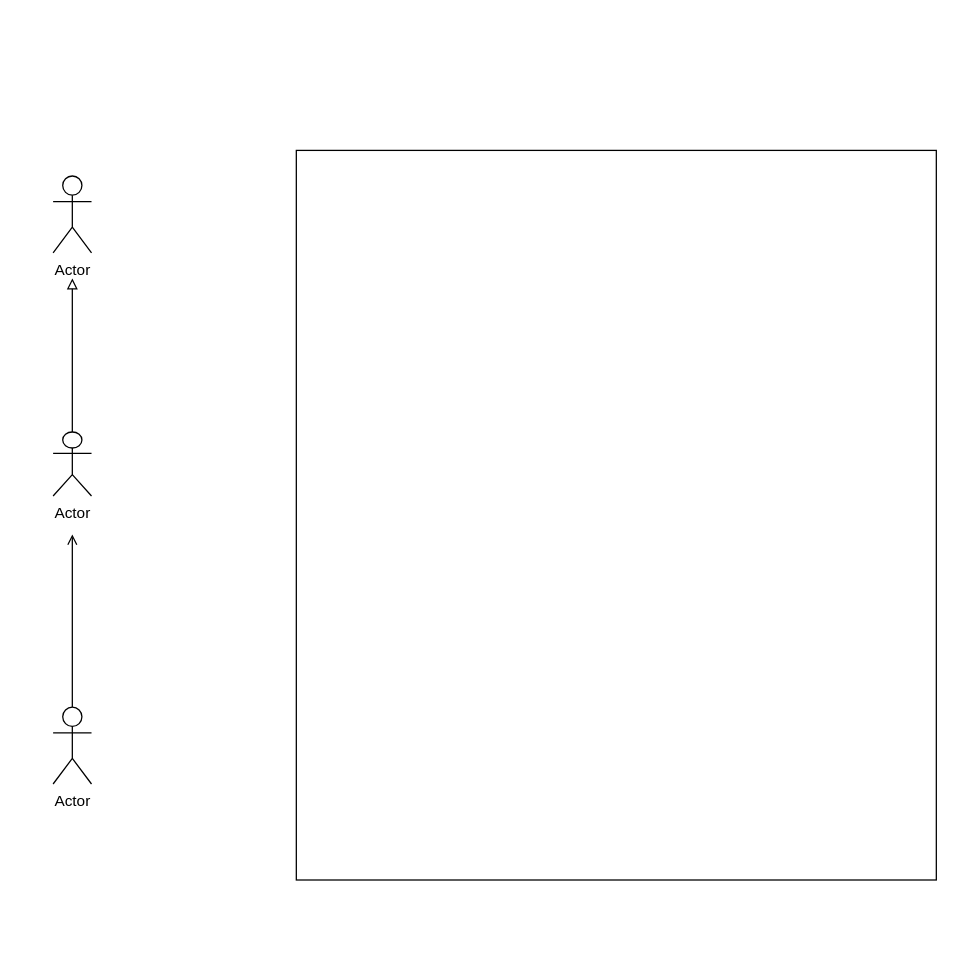
The draw.io diagram UseCase.drawio in cherifsriret/boilerplate-npm, before the edit. Source tidied: cells renumbered, new cells numbered last; positions are measured from the earlier drawing's top-left corner, leaving out a move shared by most shapes. Both pictures are drawn from the tidied source at 128%, with x=0, y=0 at pixel (52, 150).
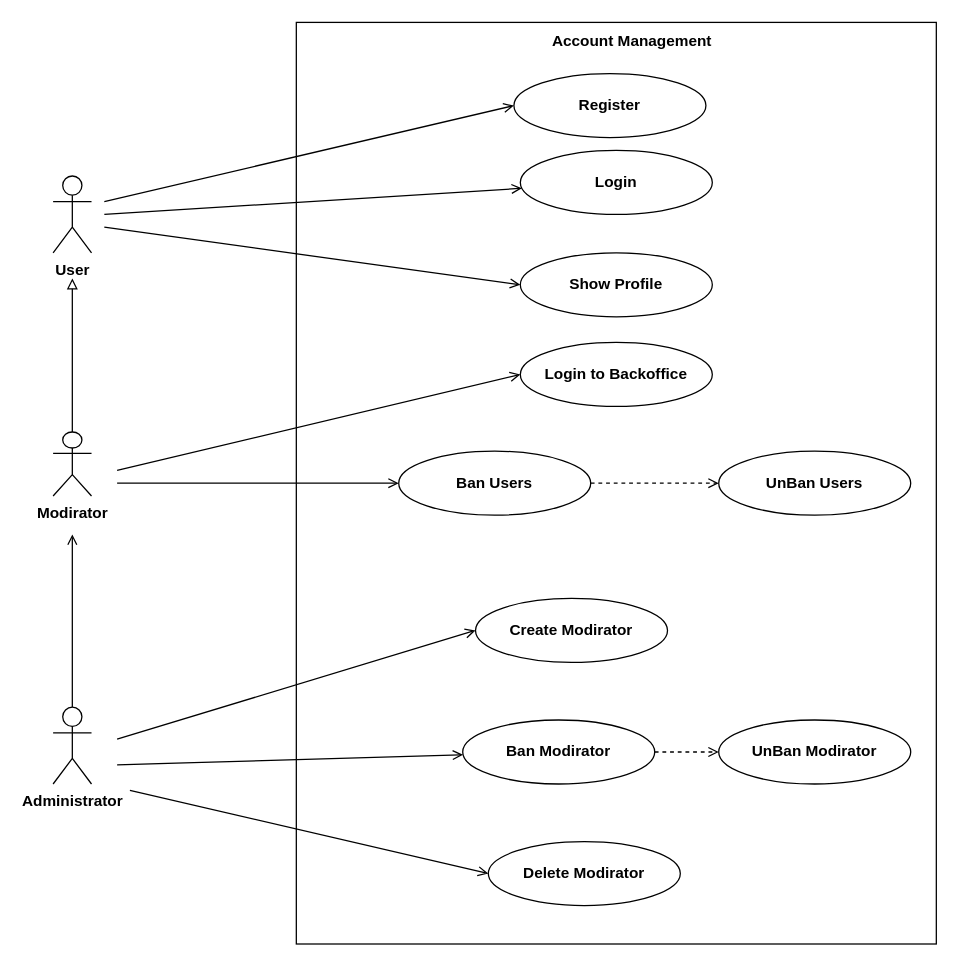
The same diagram, later.

Commit message (it also covers changes not shown here):
Mettre à jour UseCase.drawio

Diff of the diagram source:
```diff
@@
-    <mxCell id="2" style="rounded=0;whiteSpace=wrap;html=1;" parent="1" vertex="1">
-      <mxGeometry x="190" width="500" height="570" as="geometry" />
+    <mxCell id="2" style="rounded=0;whiteSpace=wrap;html=1;labelBackgroundColor=none;" parent="1" vertex="1">
+      <mxGeometry x="190" y="-100" width="500" height="720" as="geometry" />
     </mxCell>
-    <mxCell id="3" value="Actor" style="shape=umlActor;verticalLabelPosition=bottom;verticalAlign=top;html=1;" parent="1" vertex="1">
+    <mxCell id="3" value="User" style="shape=umlActor;verticalLabelPosition=bottom;verticalAlign=top;html=1;fontStyle=1;labelBackgroundColor=none;rounded=0;" parent="1" vertex="1">
       <mxGeometry y="20" width="30" height="60" as="geometry" />
     </mxCell>
-    <mxCell id="4" style="edgeStyle=orthogonalEdgeStyle;rounded=0;jettySize=auto;html=1;endArrow=block;endFill=0;" parent="1" edge="1" source="5">
+    <mxCell id="4" style="edgeStyle=orthogonalEdgeStyle;rounded=0;jettySize=auto;html=1;endArrow=block;endFill=0;labelBackgroundColor=none;fontColor=default;" parent="1" edge="1" source="5">
       <mxGeometry relative="1" as="geometry">
         <mxPoint x="15" y="100" as="targetPoint" />
       </mxGeometry>
     </mxCell>
-    <mxCell id="5" value="Actor" style="shape=umlActor;verticalLabelPosition=bottom;verticalAlign=top;html=1;" parent="1" vertex="1">
+    <mxCell id="5" value="Modirator" style="shape=umlActor;verticalLabelPosition=bottom;verticalAlign=top;html=1;fontStyle=1;labelBackgroundColor=none;rounded=0;" parent="1" vertex="1">
       <mxGeometry y="220" width="30" height="50" as="geometry" />
     </mxCell>
-    <mxCell id="6" style="edgeStyle=orthogonalEdgeStyle;rounded=0;jettySize=auto;html=1;endArrow=open;endFill=0;" parent="1" edge="1" source="7">
+    <mxCell id="6" style="edgeStyle=orthogonalEdgeStyle;rounded=0;jettySize=auto;html=1;endArrow=open;endFill=0;labelBackgroundColor=none;fontColor=default;" parent="1" edge="1" source="7">
       <mxGeometry relative="1" as="geometry">
         <mxPoint x="15" y="300" as="targetPoint" />
       </mxGeometry>
     </mxCell>
-    <mxCell id="7" value="Actor" style="shape=umlActor;verticalLabelPosition=bottom;verticalAlign=top;html=1;" parent="1" vertex="1">
+    <mxCell id="7" value="Administrator" style="shape=umlActor;verticalLabelPosition=bottom;verticalAlign=top;html=1;fontStyle=1;labelBackgroundColor=none;rounded=0;" parent="1" vertex="1">
       <mxGeometry y="435" width="30" height="60" as="geometry" />
     </mxCell>
+    <mxCell id="8" value="Register" style="ellipse;whiteSpace=wrap;html=1;fontStyle=1;labelBackgroundColor=none;rounded=0;" parent="1" vertex="1">
+      <mxGeometry x="360" y="-60" width="150" height="50" as="geometry" />
+    </mxCell>
+    <mxCell id="9" style="edgeStyle=orthogonalEdgeStyle;rounded=0;jettySize=auto;html=1;exitX=1;exitY=0.5;exitDx=0;exitDy=0;endArrow=open;endFill=0;dashed=1;labelBackgroundColor=none;fontColor=default;" parent="1" edge="1" source="10" target="15">
+      <mxGeometry relative="1" as="geometry" />
+    </mxCell>
+    <mxCell id="10" value="Ban Users" style="ellipse;whiteSpace=wrap;html=1;fontStyle=1;labelBackgroundColor=none;rounded=0;" parent="1" vertex="1">
+      <mxGeometry x="270" y="235" width="150" height="50" as="geometry" />
+    </mxCell>
+    <mxCell id="11" value="Login" style="ellipse;whiteSpace=wrap;html=1;fontStyle=1;labelBackgroundColor=none;rounded=0;" parent="1" vertex="1">
+      <mxGeometry x="365" width="150" height="50" as="geometry" />
+    </mxCell>
+    <mxCell id="12" value="Login to Backoffice" style="ellipse;whiteSpace=wrap;html=1;fontStyle=1;labelBackgroundColor=none;rounded=0;" parent="1" vertex="1">
+      <mxGeometry x="365" y="150" width="150" height="50" as="geometry" />
+    </mxCell>
+    <mxCell id="13" style="endArrow=open;html=1;rounded=0;entryX=0;entryY=0.5;entryDx=0;entryDy=0;endFill=0;labelBackgroundColor=none;fontColor=default;" parent="1" edge="1" target="8">
+      <mxGeometry relative="1" as="geometry">
+        <mxPoint x="40" y="40" as="sourcePoint" />
+      </mxGeometry>
+    </mxCell>
+    <mxCell id="14" style="endArrow=open;html=1;rounded=0;exitX=1;exitY=0.3333333333333333;exitDx=0;exitDy=0;exitPerimeter=0;endFill=0;labelBackgroundColor=none;fontColor=default;" parent="1" edge="1" target="11">
+      <mxGeometry relative="1" as="geometry">
+        <mxPoint x="40" y="50" as="sourcePoint" />
+      </mxGeometry>
+    </mxCell>
+    <mxCell id="15" value="UnBan Users" style="ellipse;whiteSpace=wrap;html=1;fontStyle=1;labelBackgroundColor=none;rounded=0;" parent="1" vertex="1">
+      <mxGeometry x="520" y="235" width="150" height="50" as="geometry" />
+    </mxCell>
+    <mxCell id="16" style="endArrow=open;html=1;rounded=0;endFill=0;entryX=0;entryY=0.5;entryDx=0;entryDy=0;labelBackgroundColor=none;fontColor=default;" parent="1" edge="1" target="12">
+      <mxGeometry relative="1" as="geometry">
+        <mxPoint x="50" y="250" as="sourcePoint" />
+      </mxGeometry>
+    </mxCell>
+    <mxCell id="17" style="endArrow=open;html=1;rounded=0;endFill=0;entryX=0;entryY=0.5;entryDx=0;entryDy=0;labelBackgroundColor=none;fontColor=default;" parent="1" edge="1" target="10">
+      <mxGeometry relative="1" as="geometry">
+        <mxPoint x="50" y="260" as="sourcePoint" />
+      </mxGeometry>
+    </mxCell>
+    <mxCell id="18" value="Create Modirator" style="ellipse;whiteSpace=wrap;html=1;fontStyle=1;labelBackgroundColor=none;rounded=0;" parent="1" vertex="1">
+      <mxGeometry x="330" y="350" width="150" height="50" as="geometry" />
+    </mxCell>
+    <mxCell id="19" value="Delete Modirator" style="ellipse;whiteSpace=wrap;html=1;fontStyle=1;labelBackgroundColor=none;rounded=0;" parent="1" vertex="1">
+      <mxGeometry x="340" y="540" width="150" height="50" as="geometry" />
+    </mxCell>
+    <mxCell id="20" style="edgeStyle=orthogonalEdgeStyle;rounded=0;jettySize=auto;html=1;endArrow=open;endFill=0;dashed=1;labelBackgroundColor=none;fontColor=default;" parent="1" edge="1" source="21" target="22">
+      <mxGeometry relative="1" as="geometry" />
+    </mxCell>
+    <mxCell id="21" value="Ban Modirator" style="ellipse;whiteSpace=wrap;html=1;fontStyle=1;labelBackgroundColor=none;rounded=0;" parent="1" vertex="1">
+      <mxGeometry x="320" y="445" width="150" height="50" as="geometry" />
+    </mxCell>
+    <mxCell id="22" value="UnBan Modirator" style="ellipse;whiteSpace=wrap;html=1;fontStyle=1;labelBackgroundColor=none;rounded=0;" parent="1" vertex="1">
+      <mxGeometry x="520" y="445" width="150" height="50" as="geometry" />
+    </mxCell>
+    <mxCell id="23" style="endArrow=open;html=1;rounded=0;endFill=0;entryX=0;entryY=0.5;entryDx=0;entryDy=0;labelBackgroundColor=none;fontColor=default;" parent="1" edge="1" target="18">
+      <mxGeometry relative="1" as="geometry">
+        <mxPoint x="50" y="460" as="sourcePoint" />
+      </mxGeometry>
+    </mxCell>
+    <mxCell id="24" style="endArrow=open;html=1;rounded=0;endFill=0;labelBackgroundColor=none;fontColor=default;" parent="1" edge="1" target="21">
+      <mxGeometry relative="1" as="geometry">
+        <mxPoint x="50" y="480" as="sourcePoint" />
+      </mxGeometry>
+    </mxCell>
+    <mxCell id="25" style="endArrow=open;html=1;rounded=0;endFill=0;entryX=0;entryY=0.5;entryDx=0;entryDy=0;labelBackgroundColor=none;fontColor=default;" parent="1" edge="1" target="19">
+      <mxGeometry relative="1" as="geometry">
+        <mxPoint x="60" y="500" as="sourcePoint" />
+      </mxGeometry>
+    </mxCell>
+    <mxCell id="26" value="Account Management" style="text;html=1;strokeColor=none;fillColor=none;align=center;verticalAlign=middle;whiteSpace=wrap;rounded=0;fontStyle=1;labelBackgroundColor=none;" parent="1" vertex="1">
+      <mxGeometry x="375" y="-100" width="155" height="30" as="geometry" />
+    </mxCell>
+    <mxCell id="27" value="Show Profile" style="ellipse;whiteSpace=wrap;html=1;fontStyle=1;labelBackgroundColor=none;rounded=0;" parent="1" vertex="1">
+      <mxGeometry x="365" y="80" width="150" height="50" as="geometry" />
+    </mxCell>
+    <mxCell id="28" style="endArrow=open;html=1;rounded=0;endFill=0;entryX=0;entryY=0.5;entryDx=0;entryDy=0;labelBackgroundColor=none;fontColor=default;" parent="1" edge="1" target="27">
+      <mxGeometry relative="1" as="geometry">
+        <mxPoint x="40" y="60" as="sourcePoint" />
+      </mxGeometry>
+    </mxCell>
```
